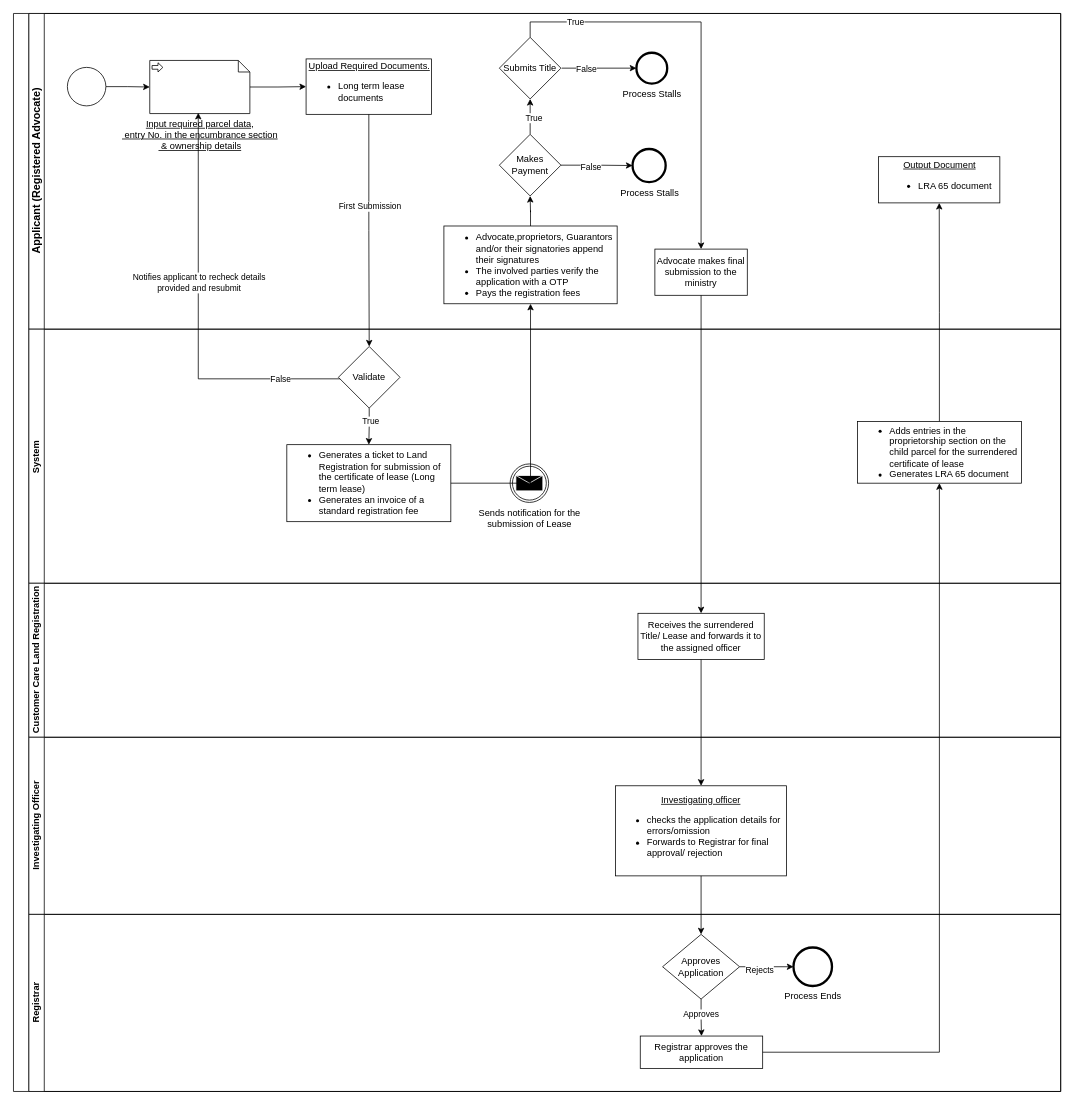
This is Untitled Diagram.drawio from pascalokoth/BPMN, a draw.io file, before an edit. Source tidied: cells renumbered, new cells numbered last; positions are measured from the earlier drawing's top-left corner, leaving out a move shared by most shapes. Both pictures are drawn from the tidied source at 77%, with x=0, y=0 at pixel (13, 13).
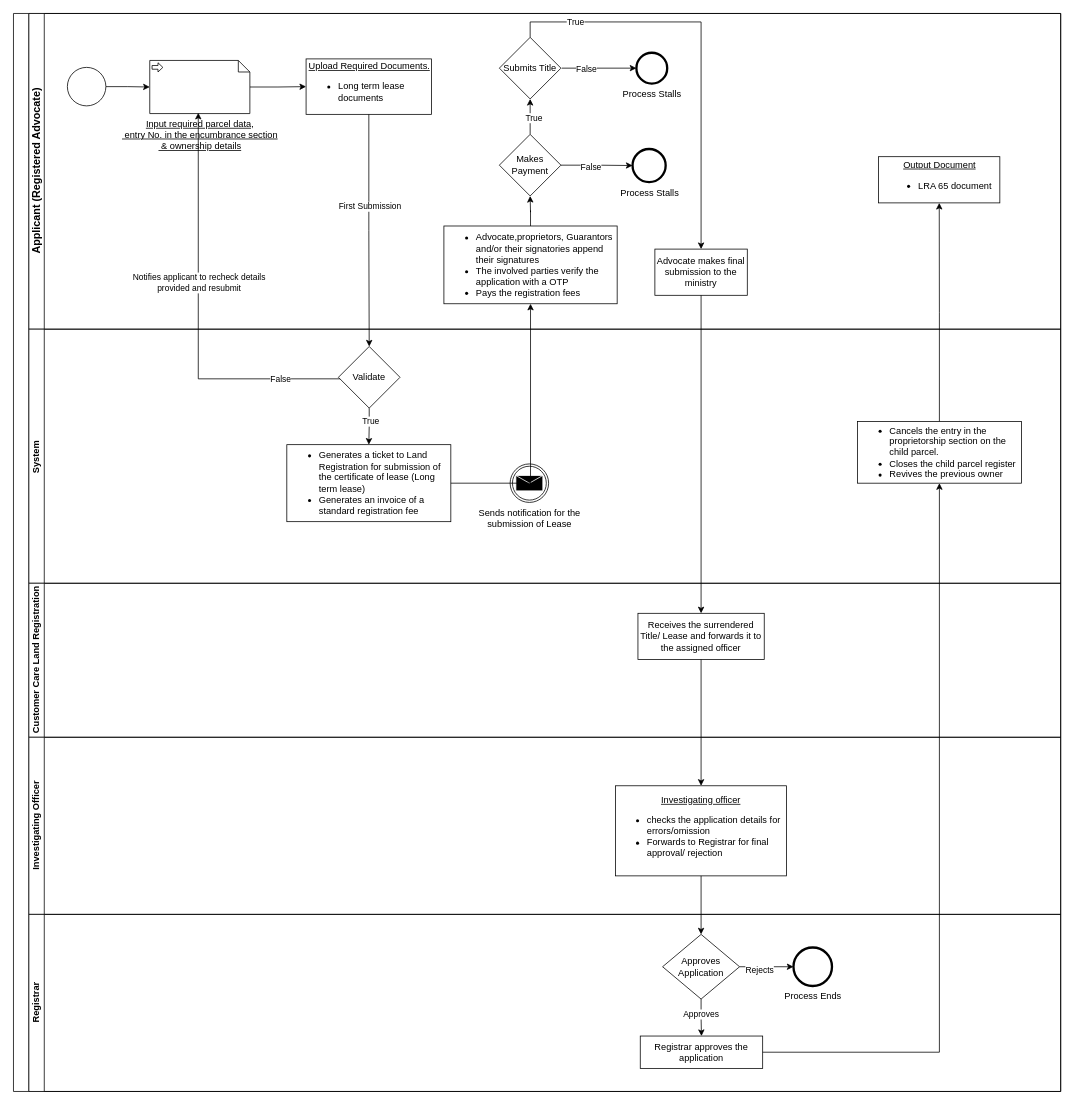
The same diagram, later.

Commit message:
Update Surrender of Lease Diagram.drawio

The change refers to these unchanged cells:
```xml
<mxCell id="25" value="System&amp;nbsp;" style="swimlane;html=1;startSize=20;horizontal=0;" parent="2" vertex="1">
  <mxGeometry x="20" y="410" width="1340" height="330" as="geometry" />
</mxCell>
```

The edit, as a diff of the source:
```diff
@@
-    <mxCell id="32" value="&lt;ul style=&quot;border-color: var(--border-color);&quot;&gt;&lt;li style=&quot;border-color: var(--border-color);&quot;&gt;Adds entries in the proprietorship section on the child parcel for the surrendered certificate of lease&lt;br&gt;&lt;/li&gt;&lt;li style=&quot;border-color: var(--border-color);&quot;&gt;Generates LRA 65 document&lt;/li&gt;&lt;/ul&gt;&lt;div&gt;&lt;/div&gt;" style="whiteSpace=wrap;html=1;align=left;" parent="25" vertex="1">
+    <mxCell id="32" value="&lt;ul style=&quot;border-color: var(--border-color);&quot;&gt;&lt;li style=&quot;border-color: var(--border-color);&quot;&gt;Cancels the entry in the proprietorship section on the child parcel.&lt;br&gt;&lt;/li&gt;&lt;li style=&quot;border-color: var(--border-color);&quot;&gt;Closes the child parcel register&lt;/li&gt;&lt;li style=&quot;border-color: var(--border-color);&quot;&gt;Revives the previous owner&lt;/li&gt;&lt;/ul&gt;&lt;div&gt;&lt;/div&gt;" style="whiteSpace=wrap;html=1;align=left;" parent="25" vertex="1">
       <mxGeometry x="1076" y="120" width="213" height="80" as="geometry" />
     </mxCell>
```
